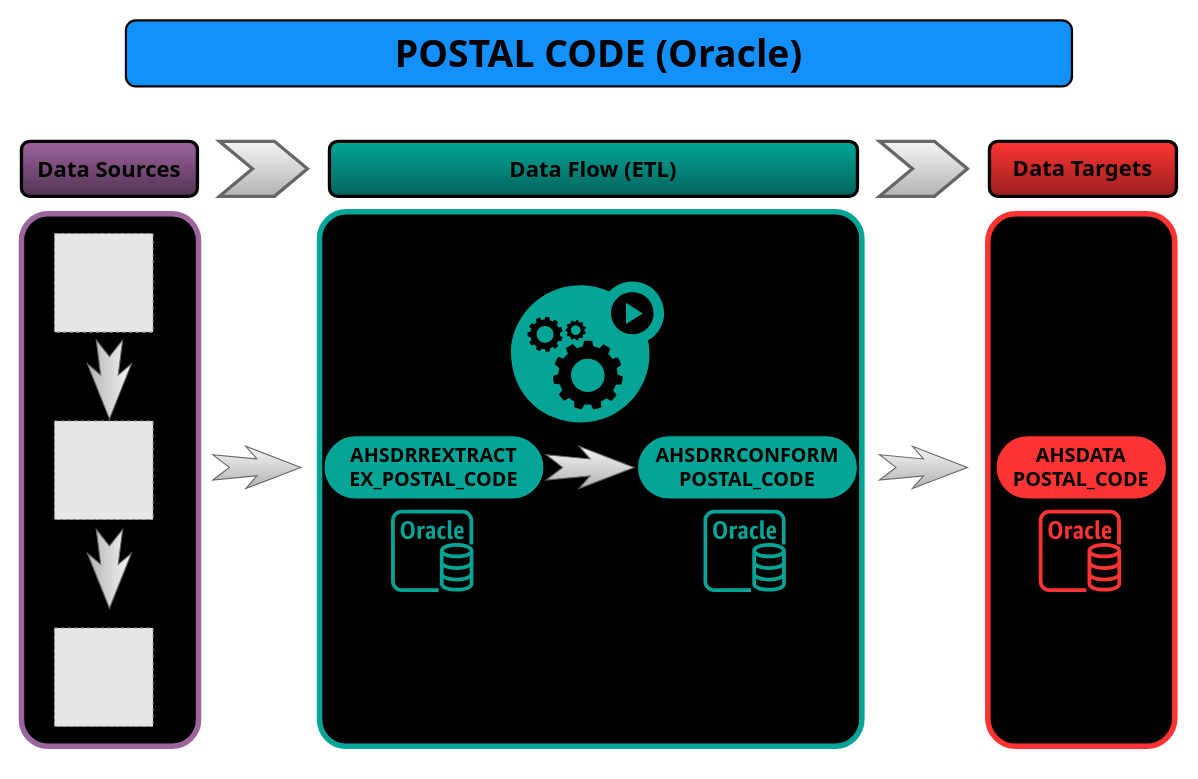
Earlier version of the draw.io diagram POSTAL_CODE.drawio (artiewangGH/POSTAL_CODE). Source tidied: cells renumbered, new cells numbered last; positions are measured from the earlier drawing's top-left corner, leaving out a move shared by most shapes. Both pictures are drawn from the tidied source at 110%, with x=0, y=0 at pixel (21, 20). Pictures stored in the file or linked from it are replaced by grey dashed boxes.
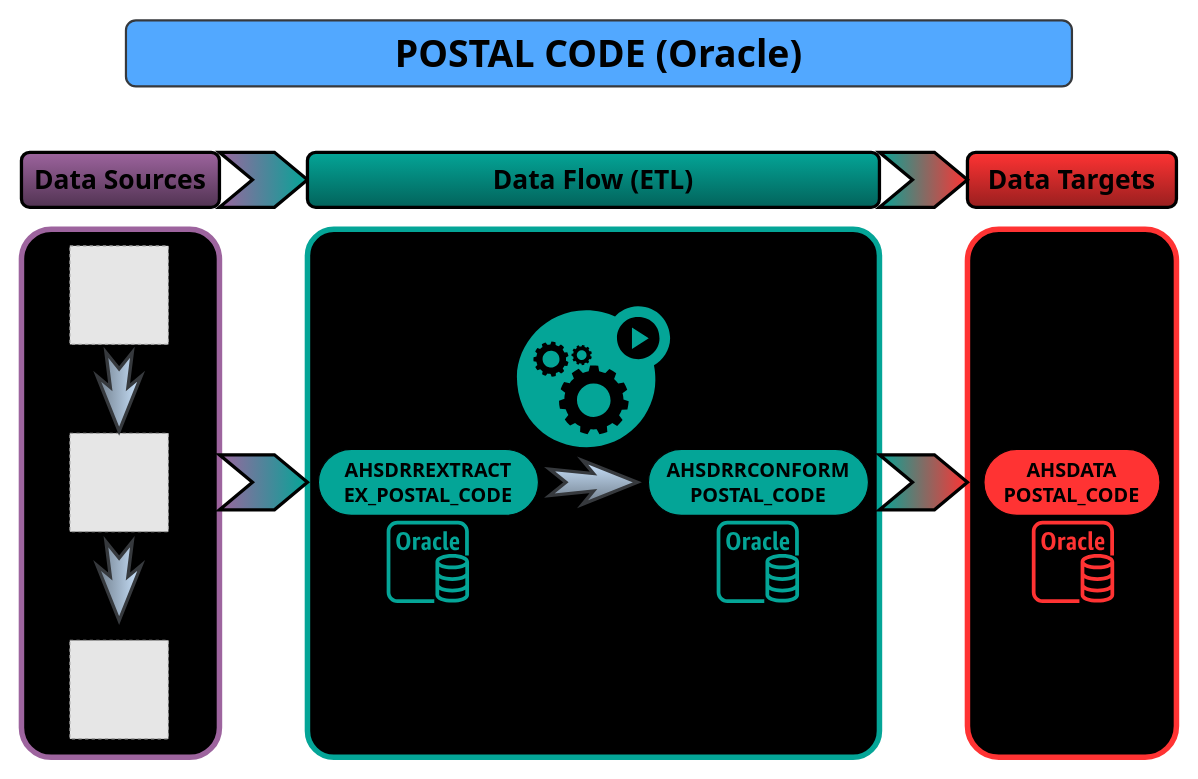
After the change.

Change to the diagram source:
```diff
@@
-    <mxCell id="2" value="&lt;font face=&quot;Tahoma&quot; size=&quot;1&quot; style=&quot;&quot;&gt;&lt;b style=&quot;font-size: 34px;&quot;&gt;POSTAL CODE (Oracle)&lt;/b&gt;&lt;/font&gt;" style="rounded=1;whiteSpace=wrap;html=1;fillColor=#1490FC;strokeColor=#000000;strokeWidth=2;flipH=1;flipV=1;" parent="1" vertex="1">
+    <mxCell id="2" value="&lt;font face=&quot;Tahoma&quot; size=&quot;1&quot; style=&quot;&quot;&gt;&lt;b style=&quot;font-size: 34px;&quot;&gt;POSTAL CODE (Oracle)&lt;/b&gt;&lt;/font&gt;" style="rounded=1;whiteSpace=wrap;html=1;fillColor=#52A8FF;strokeColor=#36393d;strokeWidth=2;flipH=1;flipV=1;" parent="1" vertex="1">
       <mxGeometry x="95" width="860" height="60" as="geometry" />
     </mxCell>
-    <mxCell id="3" style="group;" parent="1" vertex="1">
-      <mxGeometry y="110" width="1050" height="50" as="geometry" />
-    </mxCell>
-    <mxCell id="4" value="&lt;font style=&quot;font-size: 20px;&quot;&gt;Data Sources&lt;/font&gt;" style="rounded=1;whiteSpace=wrap;html=1;fontSize=17;fontStyle=1;fillColor=#9D649E;strokeColor=#000000;strokeWidth=3;fontFamily=Tahoma;gradientColor=#513352;" parent="3" vertex="1">
-      <mxGeometry width="160" height="50" as="geometry" />
-    </mxCell>
-    <mxCell id="5" value="&lt;font face=&quot;Tahoma&quot; style=&quot;font-size: 20px;&quot;&gt;Data Targets&lt;/font&gt;" style="rounded=1;whiteSpace=wrap;html=1;fontSize=17;fontStyle=1;strokeWidth=3;fillColor=#FF3333;strokeColor=#000000;gradientColor=#991F1F;" parent="3" vertex="1">
-      <mxGeometry x="880" width="170" height="50" as="geometry" />
-    </mxCell>
-    <mxCell id="6" style="html=1;shadow=0;dashed=0;align=center;verticalAlign=middle;shape=mxgraph.arrows2.arrow;dy=0;dx=30;notch=30;fillColor=#f5f5f5;gradientColor=#b3b3b3;strokeColor=#666666;strokeWidth=3;" parent="3" vertex="1">
-      <mxGeometry x="180" width="80" height="50" as="geometry" />
-    </mxCell>
-    <mxCell id="7" style="html=1;shadow=0;dashed=0;align=center;verticalAlign=middle;shape=mxgraph.arrows2.arrow;dy=0;dx=30;notch=30;fillColor=#f5f5f5;gradientColor=#b3b3b3;strokeColor=#666666;strokeWidth=3;" parent="3" vertex="1">
-      <mxGeometry x="780" width="80" height="50" as="geometry" />
-    </mxCell>
-    <mxCell id="8" value="&lt;font style=&quot;font-size: 20px;&quot;&gt;Data Flow (ETL)&lt;/font&gt;" style="rounded=1;whiteSpace=wrap;html=1;fontSize=17;fontStyle=1;strokeWidth=3;fontFamily=Tahoma;fillColor=#04A597;strokeColor=#000000;fontColor=#000000;gradientColor=#02635B;" parent="3" vertex="1">
-      <mxGeometry x="280" width="480" height="50" as="geometry" />
-    </mxCell>
-    <mxCell id="9" style="group;" parent="1" vertex="1">
-      <mxGeometry y="174" width="1048.5" height="486" as="geometry" />
-    </mxCell>
-    <mxCell id="10" style="html=1;shadow=0;dashed=0;align=center;verticalAlign=middle;shape=mxgraph.arrows2.stylisedArrow;dy=0.6;dx=40;notch=15;feather=0.4;direction=east;fillColor=#f5f5f5;gradientColor=#b3b3b3;strokeColor=#666666;" parent="9" vertex="1">
-      <mxGeometry x="174" y="213.2" width="80" height="38.4" as="geometry" />
-    </mxCell>
-    <mxCell id="11" style="html=1;shadow=0;dashed=0;align=center;verticalAlign=middle;shape=mxgraph.arrows2.stylisedArrow;dy=0.6;dx=40;notch=15;feather=0.4;direction=east;fillColor=#f5f5f5;gradientColor=#b3b3b3;strokeColor=#666666;" parent="9" vertex="1">
-      <mxGeometry x="780" y="213.2" width="80" height="38.4" as="geometry" />
-    </mxCell>
-    <mxCell id="12" style="rounded=1;whiteSpace=wrap;html=1;fontSize=17;fontStyle=1;fillColor=#000000;strokeColor=#04A597;strokeWidth=5;arcSize=5;" parent="9" vertex="1">
-      <mxGeometry x="271" width="493" height="486" as="geometry" />
+    <mxCell id="12" style="rounded=1;whiteSpace=wrap;html=1;fontSize=17;fontStyle=1;fillColor=#000000;strokeColor=#04A597;strokeWidth=5;arcSize=5;" parent="1" vertex="1">
+      <mxGeometry x="260" y="190" width="520" height="480" as="geometry" />
     </mxCell>
-    <mxCell id="13" style="rounded=1;whiteSpace=wrap;html=1;fontSize=17;fontStyle=1;fillColor=#000000;strokeColor=#FF3333;strokeWidth=5;" parent="9" vertex="1">
-      <mxGeometry x="878.5" y="1.9" width="170" height="484.1" as="geometry" />
+    <mxCell id="13" style="rounded=1;whiteSpace=wrap;html=1;fontSize=17;fontStyle=1;fillColor=#000000;strokeColor=#FF3333;strokeWidth=5;" parent="1" vertex="1">
+      <mxGeometry x="860" y="190" width="190" height="480" as="geometry" />
     </mxCell>
-    <mxCell id="14" value="&lt;font style=&quot;font-size: 18px;&quot; face=&quot;Tahoma&quot;&gt;&lt;b style=&quot;&quot;&gt;AHSDATA&lt;br&gt;POSTAL_CODE&lt;/b&gt;&lt;/font&gt;" style="html=1;dashed=0;whiteSpace=wrap;shape=mxgraph.dfd.start;fillColor=#FF3333;" parent="9" vertex="1">
-      <mxGeometry x="886" y="203.6" width="155" height="57.6" as="geometry" />
-    </mxCell>
-    <mxCell id="15" style="sketch=0;fontColor=#232F3E;gradientColor=none;fillColor=#FF3333;strokeColor=none;dashed=0;verticalLabelPosition=bottom;verticalAlign=top;align=center;html=1;fontSize=12;fontStyle=0;shape=mxgraph.aws4.rds_oracle_instance;" parent="9" vertex="1">
-      <mxGeometry x="924.8" y="270.9" width="74.9" height="74.9" as="geometry" />
-    </mxCell>
-    <mxCell id="16" style="group;" parent="9" vertex="1">
-      <mxGeometry x="275" y="63.4" width="485" height="282.4" as="geometry" />
-    </mxCell>
-    <mxCell id="17" value="&lt;font style=&quot;font-size: 18px;&quot; face=&quot;Tahoma&quot;&gt;&lt;b style=&quot;&quot;&gt;AHSDRREXTRACT&lt;br&gt;EX_POSTAL_CODE&lt;/b&gt;&lt;/font&gt;" style="html=1;dashed=0;whiteSpace=wrap;shape=mxgraph.dfd.start;fillColor=#04A597;" parent="16" vertex="1">
-      <mxGeometry y="140.2" width="200" height="57.6" as="geometry" />
-    </mxCell>
-    <mxCell id="18" value="&lt;font style=&quot;font-size: 18px;&quot; face=&quot;Tahoma&quot;&gt;&lt;b style=&quot;&quot;&gt;AHSDRRCONFORM&lt;br&gt;POSTAL_CODE&lt;/b&gt;&lt;/font&gt;" style="html=1;dashed=0;whiteSpace=wrap;shape=mxgraph.dfd.start;fillColor=#04A597;" parent="16" vertex="1">
-      <mxGeometry x="285" y="140.2" width="200" height="57.6" as="geometry" />
-    </mxCell>
-    <mxCell id="19" style="html=1;shadow=0;dashed=0;align=center;verticalAlign=middle;shape=mxgraph.arrows2.stylisedArrow;dy=0.6;dx=40;notch=15;feather=0.4;direction=east;fillColor=#f5f5f5;gradientColor=#b3b3b3;strokeColor=#666666;" parent="16" vertex="1">
-      <mxGeometry x="202" y="149.8" width="80" height="38.4" as="geometry" />
-    </mxCell>
-    <mxCell id="20" style="sketch=0;fontColor=#232F3E;gradientColor=none;fillColor=#04A597;strokeColor=none;dashed=0;verticalLabelPosition=bottom;verticalAlign=top;align=center;html=1;fontSize=12;fontStyle=0;shape=mxgraph.aws4.rds_oracle_instance;" parent="16" vertex="1">
-      <mxGeometry x="61" y="207.5" width="74.9" height="74.9" as="geometry" />
-    </mxCell>
-    <mxCell id="21" style="sketch=0;fontColor=#232F3E;gradientColor=none;fillColor=#04A597;strokeColor=none;dashed=0;verticalLabelPosition=bottom;verticalAlign=top;align=center;html=1;fontSize=12;fontStyle=0;shape=mxgraph.aws4.rds_oracle_instance;" parent="16" vertex="1">
-      <mxGeometry x="345" y="207.5" width="74.9" height="74.9" as="geometry" />
-    </mxCell>
-    <mxCell id="22" style="sketch=0;html=1;strokeColor=none;shadow=0;fillColor=#04A597;verticalAlign=top;labelPosition=center;verticalLabelPosition=bottom;shape=mxgraph.gcp2.gear_load;" parent="16" vertex="1">
-      <mxGeometry x="170" width="139.3" height="128.1" as="geometry" />
-    </mxCell>
-    <mxCell id="23" style="group;" parent="9" vertex="1">
-      <mxGeometry y="1.9" width="161" height="484.1" as="geometry" />
-    </mxCell>
-    <mxCell id="24" style="rounded=1;whiteSpace=wrap;html=1;fontSize=17;fontStyle=1;fillColor=#000000;strokeColor=#9D649E;strokeWidth=5;labelBackgroundColor=#000000;fontColor=#FFFFFF;" parent="23" vertex="1">
-      <mxGeometry width="161" height="484.1" as="geometry" />
+    <mxCell id="24" style="rounded=1;whiteSpace=wrap;html=1;fontSize=17;fontStyle=1;fillColor=#000000;strokeColor=#9D649E;strokeWidth=5;labelBackgroundColor=#000000;fontColor=#FFFFFF;" parent="1" vertex="1">
+      <mxGeometry y="190" width="180" height="480" as="geometry" />
     </mxCell>
+    <mxCell id="30" style="group;" parent="1" vertex="1">
+      <mxGeometry x="44" y="205" width="89.6" height="448.2" as="geometry" />
+    </mxCell>
-    <mxCell id="25" style="fillColor=#E6E6E6;strokeColor=#999999;dashed=1;html=1;verticalAlign=top;verticalLabelPosition=bottom;labelBackgroundColor=#ffffff;" parent="23" vertex="1">
-      <mxGeometry x="30" y="17.9" width="89.6" height="89.6" as="geometry" />
+    <mxCell id="25" style="fillColor=#E6E6E6;strokeColor=#999999;dashed=1;html=1;verticalAlign=top;verticalLabelPosition=bottom;labelBackgroundColor=#ffffff;" parent="30" vertex="1">
+      <mxGeometry width="89.6" height="89.6" as="geometry" />
     </mxCell>
-    <mxCell id="26" style="fillColor=#E6E6E6;strokeColor=#999999;dashed=1;html=1;verticalAlign=top;verticalLabelPosition=bottom;labelBackgroundColor=#ffffff;" parent="23" vertex="1">
-      <mxGeometry x="30" y="188.3" width="89.6" height="89.6" as="geometry" />
+    <mxCell id="26" style="fillColor=#E6E6E6;strokeColor=#999999;dashed=1;html=1;verticalAlign=top;verticalLabelPosition=bottom;labelBackgroundColor=#ffffff;" parent="30" vertex="1">
+      <mxGeometry y="170.3" width="89.6" height="89.6" as="geometry" />
     </mxCell>
-    <mxCell id="27" style="fillColor=#E6E6E6;strokeColor=#999999;dashed=1;html=1;verticalAlign=top;verticalLabelPosition=bottom;labelBackgroundColor=#ffffff;" parent="23" vertex="1">
-      <mxGeometry x="30" y="376.5" width="89.6" height="89.6" as="geometry" />
+    <mxCell id="27" style="fillColor=#E6E6E6;strokeColor=#999999;dashed=1;html=1;verticalAlign=top;verticalLabelPosition=bottom;labelBackgroundColor=#ffffff;" parent="30" vertex="1">
+      <mxGeometry y="358.6" width="89.6" height="89.6" as="geometry" />
     </mxCell>
-    <mxCell id="28" style="html=1;shadow=0;dashed=0;align=center;verticalAlign=middle;shape=mxgraph.arrows2.stylisedArrow;dy=0.6;dx=40;notch=15;feather=0.4;direction=south;fillColor=#f5f5f5;gradientColor=#b3b3b3;strokeColor=#666666;" parent="23" vertex="1">
-      <mxGeometry x="60" y="114.7" width="40" height="71.7" as="geometry" />
+    <mxCell id="28" style="html=1;shadow=0;dashed=0;align=center;verticalAlign=middle;shape=mxgraph.arrows2.stylisedArrow;dy=0.6;dx=40;notch=15;feather=0.4;direction=south;fillColor=#cce5ff;gradientColor=#707E8C;strokeColor=#36393d;strokeWidth=3;" parent="30" vertex="1">
+      <mxGeometry x="24.8" y="96.8" width="40" height="71.7" as="geometry" />
     </mxCell>
-    <mxCell id="29" style="html=1;shadow=0;dashed=0;align=center;verticalAlign=middle;shape=mxgraph.arrows2.stylisedArrow;dy=0.6;dx=40;notch=15;feather=0.4;direction=south;fillColor=#f5f5f5;gradientColor=#b3b3b3;strokeColor=#666666;" parent="23" vertex="1">
-      <mxGeometry x="60" y="286.9" width="40" height="71.7" as="geometry" />
+    <mxCell id="29" style="html=1;shadow=0;dashed=0;align=center;verticalAlign=middle;shape=mxgraph.arrows2.stylisedArrow;dy=0.6;dx=40;notch=15;feather=0.4;direction=south;fillColor=#cce5ff;gradientColor=#707E8C;strokeColor=#36393d;strokeWidth=3;" parent="30" vertex="1">
+      <mxGeometry x="24.8" y="268.9" width="40" height="71.7" as="geometry" />
     </mxCell>
+    <mxCell id="31" style="group;" parent="1" vertex="1">
+      <mxGeometry x="875" y="390" width="160" height="139.8" as="geometry" />
+    </mxCell>
+    <mxCell id="14" value="&lt;font style=&quot;font-size: 18px;&quot; face=&quot;Tahoma&quot;&gt;&lt;b style=&quot;&quot;&gt;AHSDATA&lt;br&gt;POSTAL_CODE&lt;/b&gt;&lt;/font&gt;" style="html=1;dashed=0;whiteSpace=wrap;shape=mxgraph.dfd.start;fillColor=#FF3333;" parent="31" vertex="1">
+      <mxGeometry width="160" height="60" as="geometry" />
+    </mxCell>
+    <mxCell id="15" style="sketch=0;fontColor=#232F3E;gradientColor=none;fillColor=#FF3333;strokeColor=none;dashed=0;verticalLabelPosition=bottom;verticalAlign=top;align=center;html=1;fontSize=12;fontStyle=0;shape=mxgraph.aws4.rds_oracle_instance;" parent="31" vertex="1">
+      <mxGeometry x="43.5" y="64.9" width="74.9" height="74.9" as="geometry" />
+    </mxCell>
+    <mxCell id="32" style="group;" parent="1" vertex="1">
+      <mxGeometry y="120" width="1050" height="50" as="geometry" />
+    </mxCell>
+    <mxCell id="4" value="&lt;font style=&quot;font-size: 24px;&quot;&gt;Data Sources&lt;/font&gt;" style="rounded=1;whiteSpace=wrap;html=1;fontSize=17;fontStyle=1;fillColor=#9D649E;strokeColor=#000000;strokeWidth=3;fontFamily=Tahoma;gradientColor=#513352;" parent="32" vertex="1">
+      <mxGeometry width="180" height="50" as="geometry" />
+    </mxCell>
+    <mxCell id="5" value="&lt;font face=&quot;Tahoma&quot; style=&quot;font-size: 24px;&quot;&gt;Data Targets&lt;/font&gt;" style="rounded=1;whiteSpace=wrap;html=1;fontSize=17;fontStyle=1;strokeWidth=3;fillColor=#FF3333;strokeColor=#000000;gradientColor=#991F1F;" parent="32" vertex="1">
+      <mxGeometry x="860" width="190" height="50" as="geometry" />
+    </mxCell>
+    <mxCell id="6" style="html=1;shadow=0;dashed=0;align=center;verticalAlign=middle;shape=mxgraph.arrows2.arrow;dy=0;dx=30;notch=30;fillColor=#9D649E;strokeColor=#000000;strokeWidth=3;gradientColor=#04A597;gradientDirection=east;" parent="32" vertex="1">
+      <mxGeometry x="180" width="80" height="50" as="geometry" />
+    </mxCell>
+    <mxCell id="8" value="&lt;font style=&quot;font-size: 24px;&quot;&gt;Data Flow (ETL)&lt;/font&gt;" style="rounded=1;whiteSpace=wrap;html=1;fontSize=17;fontStyle=1;strokeWidth=3;fontFamily=Tahoma;fillColor=#04A597;strokeColor=#000000;fontColor=#000000;gradientColor=#02635B;" parent="32" vertex="1">
+      <mxGeometry x="260" width="520" height="50" as="geometry" />
+    </mxCell>
+    <mxCell id="33" style="html=1;shadow=0;dashed=0;align=center;verticalAlign=middle;shape=mxgraph.arrows2.arrow;dy=0;dx=30;notch=30;fillColor=#FF3333;strokeColor=#000000;strokeWidth=3;gradientColor=#04A597;gradientDirection=west;" parent="32" vertex="1">
+      <mxGeometry x="780" width="80" height="50" as="geometry" />
+    </mxCell>
+    <mxCell id="34" style="group;" parent="1" vertex="1">
+      <mxGeometry x="270" y="260" width="500" height="269.8" as="geometry" />
+    </mxCell>
+    <mxCell id="17" value="&lt;font style=&quot;font-size: 18px;&quot; face=&quot;Tahoma&quot;&gt;&lt;b style=&quot;&quot;&gt;AHSDRREXTRACT&lt;br&gt;EX_POSTAL_CODE&lt;/b&gt;&lt;/font&gt;" style="html=1;dashed=0;whiteSpace=wrap;shape=mxgraph.dfd.start;fillColor=#04A597;" parent="34" vertex="1">
+      <mxGeometry y="130" width="200" height="60" as="geometry" />
+    </mxCell>
+    <mxCell id="18" value="&lt;font style=&quot;font-size: 18px;&quot; face=&quot;Tahoma&quot;&gt;&lt;b style=&quot;&quot;&gt;AHSDRRCONFORM&lt;br&gt;POSTAL_CODE&lt;/b&gt;&lt;/font&gt;" style="html=1;dashed=0;whiteSpace=wrap;shape=mxgraph.dfd.start;fillColor=#04A597;" parent="34" vertex="1">
+      <mxGeometry x="300" y="130" width="200" height="60" as="geometry" />
+    </mxCell>
+    <mxCell id="20" style="sketch=0;fontColor=#232F3E;gradientColor=none;fillColor=#04A597;strokeColor=none;dashed=0;verticalLabelPosition=bottom;verticalAlign=top;align=center;html=1;fontSize=12;fontStyle=0;shape=mxgraph.aws4.rds_oracle_instance;strokeWidth=1;perimeterSpacing=0;" parent="34" vertex="1">
+      <mxGeometry x="62" y="194.9" width="74.9" height="74.9" as="geometry" />
+    </mxCell>
+    <mxCell id="21" style="sketch=0;fontColor=#232F3E;gradientColor=none;fillColor=#04A597;strokeColor=none;dashed=0;verticalLabelPosition=bottom;verticalAlign=top;align=center;html=1;fontSize=12;fontStyle=0;shape=mxgraph.aws4.rds_oracle_instance;" parent="34" vertex="1">
+      <mxGeometry x="362" y="194.9" width="74.9" height="74.9" as="geometry" />
+    </mxCell>
+    <mxCell id="22" style="sketch=0;html=1;strokeColor=none;shadow=0;fillColor=#04A597;verticalAlign=top;labelPosition=center;verticalLabelPosition=bottom;shape=mxgraph.gcp2.gear_load;" parent="34" vertex="1">
+      <mxGeometry x="180.4" width="139.3" height="128.1" as="geometry" />
+    </mxCell>
+    <mxCell id="35" style="html=1;shadow=0;dashed=0;align=center;verticalAlign=middle;shape=mxgraph.arrows2.stylisedArrow;dy=0.6;dx=40;notch=15;feather=0.4;direction=east;fillColor=#cce5ff;gradientColor=#707E8C;strokeColor=#36393d;strokeWidth=3;" parent="34" vertex="1">
+      <mxGeometry x="210" y="140" width="80" height="40" as="geometry" />
+    </mxCell>
+    <mxCell id="36" style="html=1;shadow=0;dashed=0;align=center;verticalAlign=middle;shape=mxgraph.arrows2.arrow;dy=0;dx=30;notch=30;fillColor=#9D649E;strokeColor=#000000;strokeWidth=3;gradientColor=#04A597;gradientDirection=east;" parent="1" vertex="1">
+      <mxGeometry x="180" y="395" width="80" height="50" as="geometry" />
+    </mxCell>
+    <mxCell id="37" style="html=1;shadow=0;dashed=0;align=center;verticalAlign=middle;shape=mxgraph.arrows2.arrow;dy=0;dx=30;notch=30;fillColor=#FF3333;strokeColor=#000000;strokeWidth=3;gradientColor=#04A597;gradientDirection=west;" parent="1" vertex="1">
+      <mxGeometry x="780" y="395" width="80" height="50" as="geometry" />
+    </mxCell>
```
